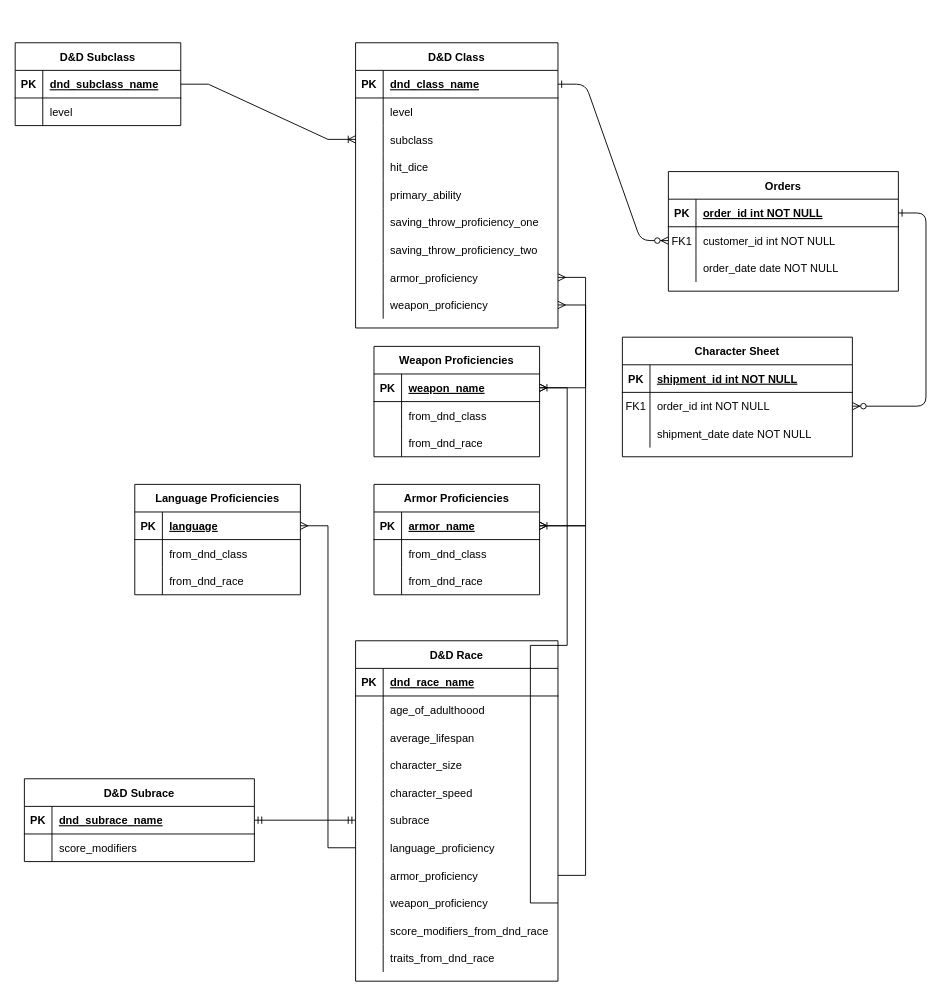
This is Untitled Diagram.drawio from kschuljak/PlayerCharacterBuilder, a draw.io file, before an edit. Source tidied: cells renumbered, new cells numbered last; positions are measured from the earlier drawing's top-left corner, leaving out a move shared by most shapes. Both pictures are drawn from the tidied source at 92%, with x=0, y=0 at pixel (15, 42).
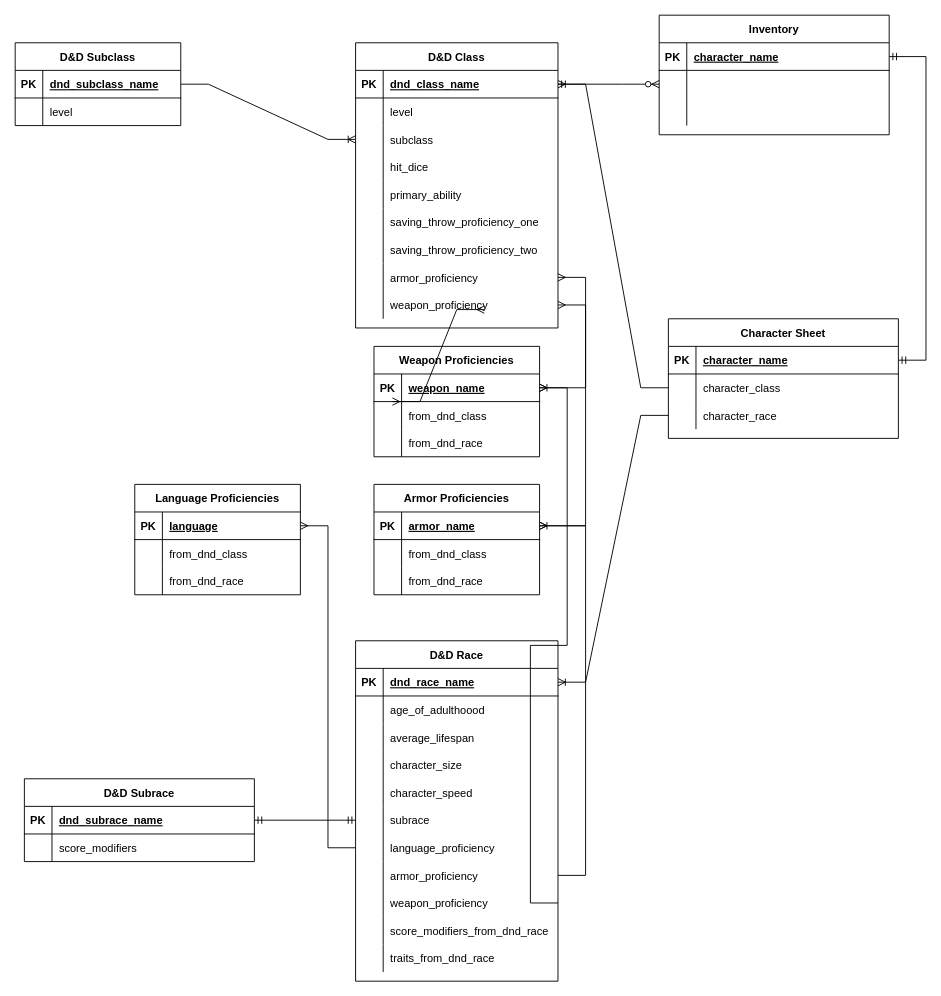
The same page after the edit.

The change refers to these unchanged cells:
```xml
<mxCell id="5" style="shape=partialRectangle;fillColor=none;points=[[0,0.5],[1,0.5]];portConstraint=eastwest;top=0;left=0;right=0;bottom=1;" parent="4" vertex="1">
  <mxGeometry y="30" width="250" height="30" as="geometry" />
</mxCell>
<mxCell id="8" style="shape=partialRectangle;fillColor=none;points=[[0,0.5],[1,0.5]];portConstraint=eastwest;top=0;left=0;right=0;bottom=0;" parent="4" vertex="1">
  <mxGeometry y="60" width="250" height="30" as="geometry" />
</mxCell>
<mxCell id="11" style="shape=partialRectangle;fillColor=none;top=0;left=0;right=0;bottom=0;" parent="4" vertex="1">
  <mxGeometry y="90" width="250" height="30" as="geometry" />
</mxCell>
<mxCell id="15" style="shape=partialRectangle;fillColor=none;points=[[0,0.5],[1,0.5]];portConstraint=eastwest;top=0;left=0;right=0;bottom=1;" parent="14" vertex="1">
  <mxGeometry y="30" width="250" height="30" as="geometry" />
</mxCell>
<mxCell id="18" style="shape=partialRectangle;fillColor=none;points=[[0,0.5],[1,0.5]];portConstraint=eastwest;top=0;left=0;right=0;bottom=0;" parent="14" vertex="1">
  <mxGeometry y="60" width="250" height="30" as="geometry" />
</mxCell>
<mxCell id="21" style="shape=partialRectangle;fillColor=none;points=[[0,0.5],[1,0.5]];portConstraint=eastwest;top=0;left=0;right=0;bottom=0;" parent="14" vertex="1">
  <mxGeometry y="90" width="250" height="30" as="geometry" />
</mxCell>
<mxCell id="25" style="shape=partialRectangle;fillColor=none;points=[[0,0.5],[1,0.5]];portConstraint=eastwest;top=0;left=0;right=0;bottom=1;" parent="24" vertex="1">
  <mxGeometry y="30" width="220" height="30" as="geometry" />
</mxCell>
<mxCell id="83" style="shape=partialRectangle;fillColor=none;points=[[0,0.5],[1,0.5]];portConstraint=eastwest;top=0;left=0;right=0;bottom=1;" parent="82" vertex="1">
  <mxGeometry y="30" width="220" height="30" as="geometry" />
</mxCell>
```

Change to the diagram source:
```diff
@@
-    <mxCell id="3" style="edgeStyle=entityRelationEdgeStyle;endArrow=ERzeroToMany;startArrow=ERone;endFill=1;startFill=0;" parent="1" edge="1" source="5" target="18">
-      <mxGeometry relative="1" as="geometry" />
-    </mxCell>
-    <mxCell id="4" value="Orders" style="shape=table;startSize=30;childLayout=tableLayout;rowLines=0;fontStyle=1;align=center;" parent="1" vertex="1">
-      <mxGeometry x="710" y="140" width="250" height="130" as="geometry" />
+    <mxCell id="4" value="Inventory" style="shape=table;startSize=30;childLayout=tableLayout;rowLines=0;fontStyle=1;align=center;" parent="1" vertex="1">
+      <mxGeometry x="700" y="-30" width="250" height="130" as="geometry" />
     </mxCell>
@@
-    <mxCell id="7" value="order_id int NOT NULL " style="shape=partialRectangle;overflow=hidden;fillColor=none;top=0;left=0;bottom=0;right=0;align=left;spacingLeft=6;fontStyle=5;" parent="5" vertex="1">
+    <mxCell id="7" value="character_name" style="shape=partialRectangle;overflow=hidden;fillColor=none;top=0;left=0;bottom=0;right=0;align=left;spacingLeft=6;fontStyle=5;" parent="5" vertex="1">
       <mxGeometry x="30" width="220" height="30" as="geometry" />
     </mxCell>
@@
-    <mxCell id="9" value="FK1" style="shape=partialRectangle;overflow=hidden;fillColor=none;top=0;left=0;bottom=0;right=0;" parent="8" vertex="1">
+    <mxCell id="9" style="shape=partialRectangle;overflow=hidden;fillColor=none;top=0;left=0;bottom=0;right=0;" parent="8" vertex="1">
       <mxGeometry width="30" height="30" as="geometry" />
     </mxCell>
-    <mxCell id="10" value="customer_id int NOT NULL" style="shape=partialRectangle;overflow=hidden;fillColor=none;top=0;left=0;bottom=0;right=0;align=left;spacingLeft=6;" parent="8" vertex="1">
+    <mxCell id="10" style="shape=partialRectangle;overflow=hidden;fillColor=none;top=0;left=0;bottom=0;right=0;align=left;spacingLeft=6;" parent="8" vertex="1">
       <mxGeometry x="30" width="220" height="30" as="geometry" />
     </mxCell>
@@
-    <mxCell id="13" value="order_date date NOT NULL" style="shape=partialRectangle;overflow=hidden;fillColor=none;top=0;left=0;bottom=0;right=0;align=left;spacingLeft=6;" parent="11" vertex="1">
+    <mxCell id="13" style="shape=partialRectangle;overflow=hidden;fillColor=none;top=0;left=0;bottom=0;right=0;align=left;spacingLeft=6;" parent="11" vertex="1">
       <mxGeometry x="30" width="220" height="30" as="geometry" />
     </mxCell>
     <mxCell id="14" value="Character Sheet" style="shape=table;startSize=30;childLayout=tableLayout;rowLines=0;fontStyle=1;align=center;" parent="1" vertex="1">
-      <mxGeometry x="660" y="320" width="250" height="130" as="geometry" />
+      <mxGeometry x="710" y="300" width="250" height="130" as="geometry" />
     </mxCell>
@@
-    <mxCell id="17" value="shipment_id int NOT NULL " style="shape=partialRectangle;overflow=hidden;fillColor=none;top=0;left=0;bottom=0;right=0;align=left;spacingLeft=6;fontStyle=5;" parent="15" vertex="1">
+    <mxCell id="17" value="character_name" style="shape=partialRectangle;overflow=hidden;fillColor=none;top=0;left=0;bottom=0;right=0;align=left;spacingLeft=6;fontStyle=5;" parent="15" vertex="1">
       <mxGeometry x="30" width="220" height="30" as="geometry" />
     </mxCell>
@@
-    <mxCell id="19" value="FK1" style="shape=partialRectangle;overflow=hidden;fillColor=none;top=0;left=0;bottom=0;right=0;" parent="18" vertex="1">
+    <mxCell id="19" style="shape=partialRectangle;overflow=hidden;fillColor=none;top=0;left=0;bottom=0;right=0;" parent="18" vertex="1">
       <mxGeometry width="30" height="30" as="geometry" />
     </mxCell>
-    <mxCell id="20" value="order_id int NOT NULL" style="shape=partialRectangle;overflow=hidden;fillColor=none;top=0;left=0;bottom=0;right=0;align=left;spacingLeft=6;" parent="18" vertex="1">
+    <mxCell id="20" value="character_class" style="shape=partialRectangle;overflow=hidden;fillColor=none;top=0;left=0;bottom=0;right=0;align=left;spacingLeft=6;" parent="18" vertex="1">
       <mxGeometry x="30" width="220" height="30" as="geometry" />
     </mxCell>
@@
-    <mxCell id="23" value="shipment_date date NOT NULL" style="shape=partialRectangle;overflow=hidden;fillColor=none;top=0;left=0;bottom=0;right=0;align=left;spacingLeft=6;" parent="21" vertex="1">
+    <mxCell id="23" value="character_race" style="shape=partialRectangle;overflow=hidden;fillColor=none;top=0;left=0;bottom=0;right=0;align=left;spacingLeft=6;" parent="21" vertex="1">
       <mxGeometry x="30" width="220" height="30" as="geometry" />
     </mxCell>
@@
+    <mxCell id="137" style="edgeStyle=entityRelationEdgeStyle;fontSize=12;html=1;endArrow=ERmany;startArrow=ERmany;rounded=0;" parent="1" edge="1">
+      <mxGeometry relative="1" as="geometry">
+        <mxPoint x="410" y="390" as="sourcePoint" />
+        <mxPoint x="510" y="290" as="targetPoint" />
+      </mxGeometry>
+    </mxCell>
+    <mxCell id="138" style="edgeStyle=entityRelationEdgeStyle;fontSize=12;html=1;endArrow=ERoneToMany;rounded=0;" parent="1" edge="1" source="18" target="25">
+      <mxGeometry relative="1" as="geometry" />
+    </mxCell>
+    <mxCell id="139" style="edgeStyle=entityRelationEdgeStyle;fontSize=12;html=1;endArrow=ERoneToMany;rounded=0;" parent="1" edge="1" source="21" target="83">
+      <mxGeometry relative="1" as="geometry" />
+    </mxCell>
+    <mxCell id="140" style="edgeStyle=entityRelationEdgeStyle;fontSize=12;html=1;endArrow=ERmandOne;startArrow=ERmandOne;rounded=0;" parent="1" edge="1" source="15" target="5">
+      <mxGeometry relative="1" as="geometry" />
+    </mxCell>
```
